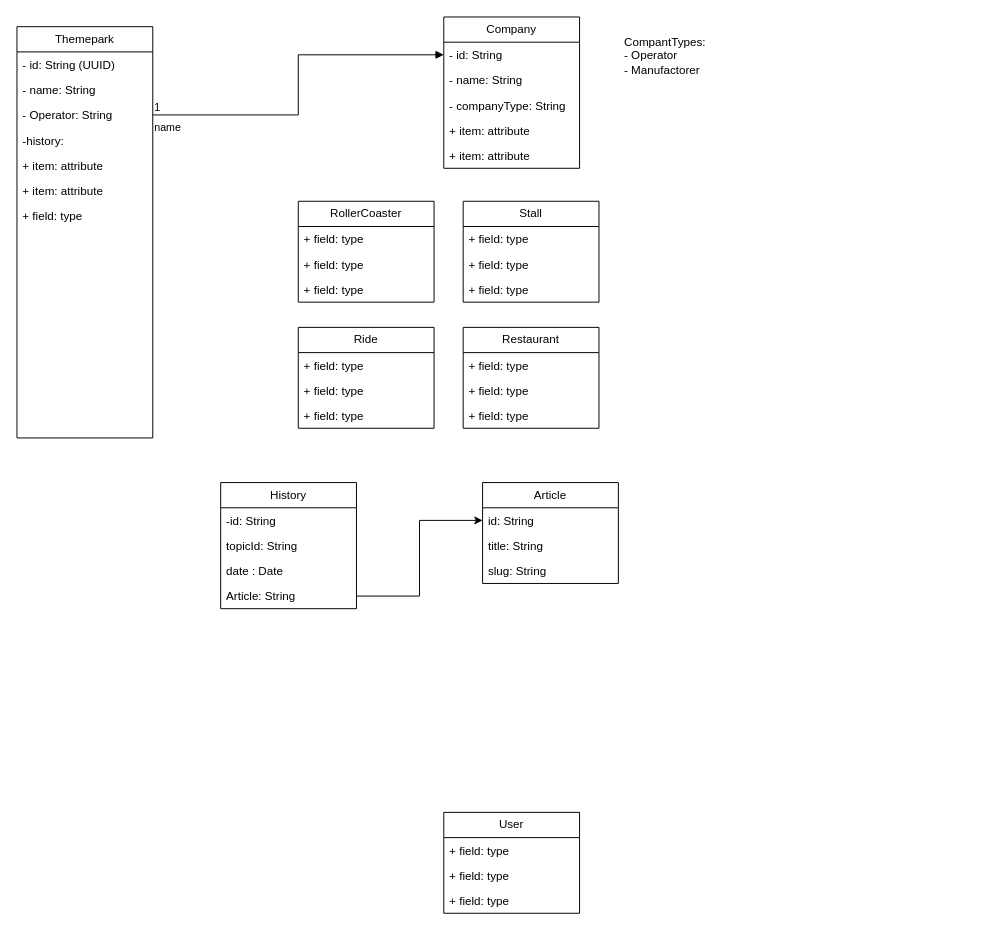
This is page "Page-2" (2 of 2) of docs/DataModel.drawio from codefink2020/rcdbscrape, a draw.io file, before an edit. Source tidied: cells renumbered, new cells numbered last; positions are measured from the earlier drawing's top-left corner, leaving out a move shared by most shapes. Both pictures are drawn from the tidied source at 97%, with x=0, y=0 at pixel (16, 16).
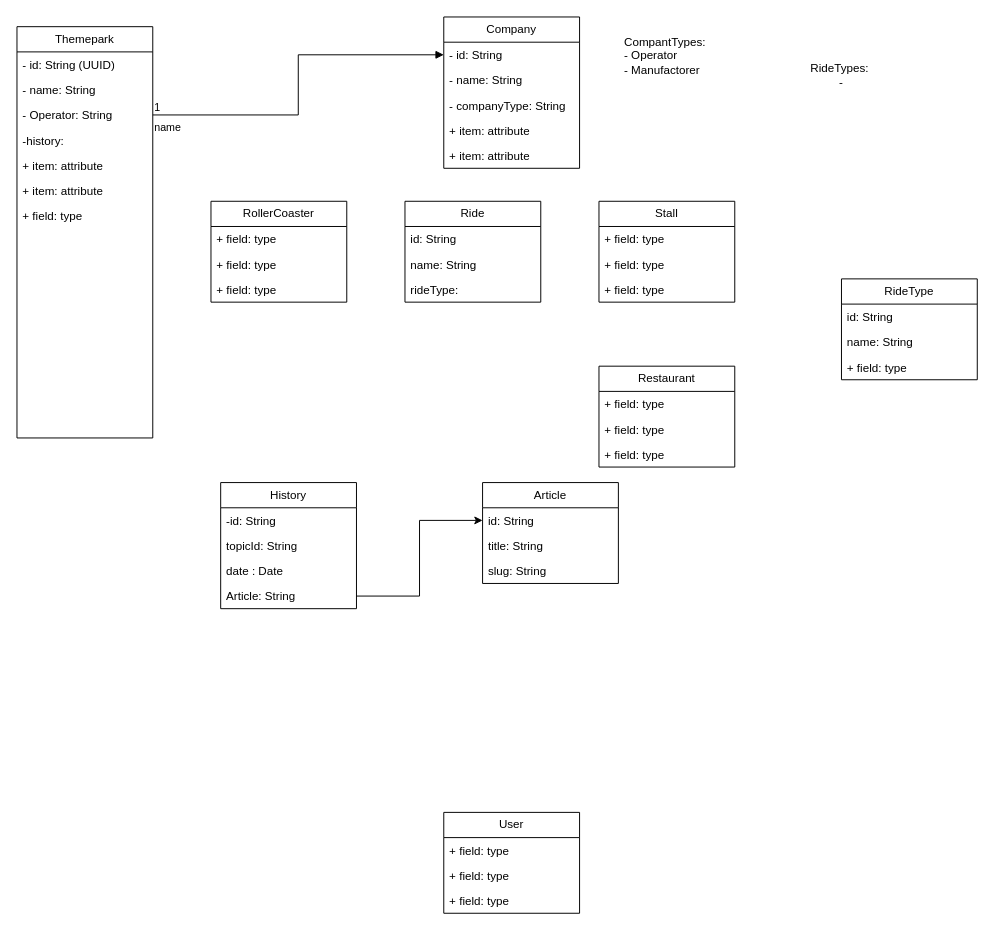
Above is the later version.

Commit message (it also covers changes not shown here):
Needs errorhandling on not present Data

The edit, as a diff of the source:
```diff
@@
     <mxCell id="18" value="RollerCoaster" style="swimlane;fontStyle=0;horizontal=1;startSize=26;fillColor=none;whiteSpace=wrap;html=1;" parent="1" vertex="1">
-      <mxGeometry x="290" y="190" width="140" height="104" as="geometry" />
+      <mxGeometry x="200" y="190" width="140" height="104" as="geometry" />
     </mxCell>
@@
     <mxCell id="22" value="Ride" style="swimlane;fontStyle=0;horizontal=1;startSize=26;fillColor=none;whiteSpace=wrap;html=1;" parent="1" vertex="1">
-      <mxGeometry x="290" y="320" width="140" height="104" as="geometry" />
+      <mxGeometry x="400" y="190" width="140" height="104" as="geometry" />
     </mxCell>
-    <mxCell id="23" value="+ field: type" style="text;strokeColor=none;fillColor=none;align=left;verticalAlign=top;spacingLeft=4;spacingRight=4;overflow=hidden;whiteSpace=wrap;html=1;" parent="22" vertex="1">
+    <mxCell id="23" value="id: String" style="text;strokeColor=none;fillColor=none;align=left;verticalAlign=top;spacingLeft=4;spacingRight=4;overflow=hidden;whiteSpace=wrap;html=1;" parent="22" vertex="1">
       <mxGeometry y="26" width="140" height="26" as="geometry" />
     </mxCell>
-    <mxCell id="24" value="+ field: type" style="text;strokeColor=none;fillColor=none;align=left;verticalAlign=top;spacingLeft=4;spacingRight=4;overflow=hidden;whiteSpace=wrap;html=1;" parent="22" vertex="1">
+    <mxCell id="24" value="name: String" style="text;strokeColor=none;fillColor=none;align=left;verticalAlign=top;spacingLeft=4;spacingRight=4;overflow=hidden;whiteSpace=wrap;html=1;" parent="22" vertex="1">
       <mxGeometry y="52" width="140" height="26" as="geometry" />
     </mxCell>
-    <mxCell id="25" value="+ field: type" style="text;strokeColor=none;fillColor=none;align=left;verticalAlign=top;spacingLeft=4;spacingRight=4;overflow=hidden;whiteSpace=wrap;html=1;" parent="22" vertex="1">
+    <mxCell id="25" value="rideType:&amp;nbsp;" style="text;strokeColor=none;fillColor=none;align=left;verticalAlign=top;spacingLeft=4;spacingRight=4;overflow=hidden;whiteSpace=wrap;html=1;" parent="22" vertex="1">
       <mxGeometry y="78" width="140" height="26" as="geometry" />
     </mxCell>
     <mxCell id="26" value="Restaurant" style="swimlane;fontStyle=0;horizontal=1;startSize=26;fillColor=none;whiteSpace=wrap;html=1;" parent="1" vertex="1">
-      <mxGeometry x="460" y="320" width="140" height="104" as="geometry" />
+      <mxGeometry x="600" y="360" width="140" height="104" as="geometry" />
     </mxCell>
@@
     <mxCell id="34" value="Stall" style="swimlane;fontStyle=0;horizontal=1;startSize=26;fillColor=none;whiteSpace=wrap;html=1;" parent="1" vertex="1">
-      <mxGeometry x="460" y="190" width="140" height="104" as="geometry" />
+      <mxGeometry x="600" y="190" width="140" height="104" as="geometry" />
     </mxCell>
@@
+    <mxCell id="49" value="RideTypes:&amp;nbsp;&lt;br&gt;-" style="text;html=1;strokeColor=none;fillColor=none;align=center;verticalAlign=middle;whiteSpace=wrap;rounded=0;" parent="1" vertex="1">
+      <mxGeometry x="780" y="20" width="140" height="80" as="geometry" />
+    </mxCell>
+    <mxCell id="50" value="RideType" style="swimlane;fontStyle=0;horizontal=1;startSize=26;fillColor=none;whiteSpace=wrap;html=1;" parent="1" vertex="1">
+      <mxGeometry x="850" y="270" width="140" height="104" as="geometry" />
+    </mxCell>
+    <mxCell id="51" value="id: String&lt;span style=&quot;white-space: pre;&quot;&gt; &lt;/span&gt;" style="text;strokeColor=none;fillColor=none;align=left;verticalAlign=top;spacingLeft=4;spacingRight=4;overflow=hidden;whiteSpace=wrap;html=1;" parent="50" vertex="1">
+      <mxGeometry y="26" width="140" height="26" as="geometry" />
+    </mxCell>
+    <mxCell id="52" value="name: String" style="text;strokeColor=none;fillColor=none;align=left;verticalAlign=top;spacingLeft=4;spacingRight=4;overflow=hidden;whiteSpace=wrap;html=1;" parent="50" vertex="1">
+      <mxGeometry y="52" width="140" height="26" as="geometry" />
+    </mxCell>
+    <mxCell id="53" value="+ field: type" style="text;strokeColor=none;fillColor=none;align=left;verticalAlign=top;spacingLeft=4;spacingRight=4;overflow=hidden;whiteSpace=wrap;html=1;" parent="50" vertex="1">
+      <mxGeometry y="78" width="140" height="26" as="geometry" />
+    </mxCell>
```
